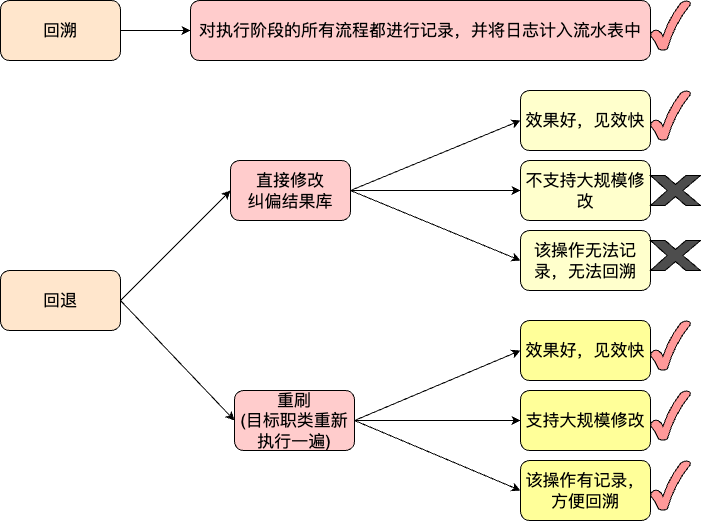
The draw.io diagram work-draw-file/纠偏之回溯与回滚.png in liujunao/draw-data, before a commit. Source tidied: cells renumbered, new cells last; positions are measured from the earlier drawing's top-left corner, leaving out a move shared by most shapes.
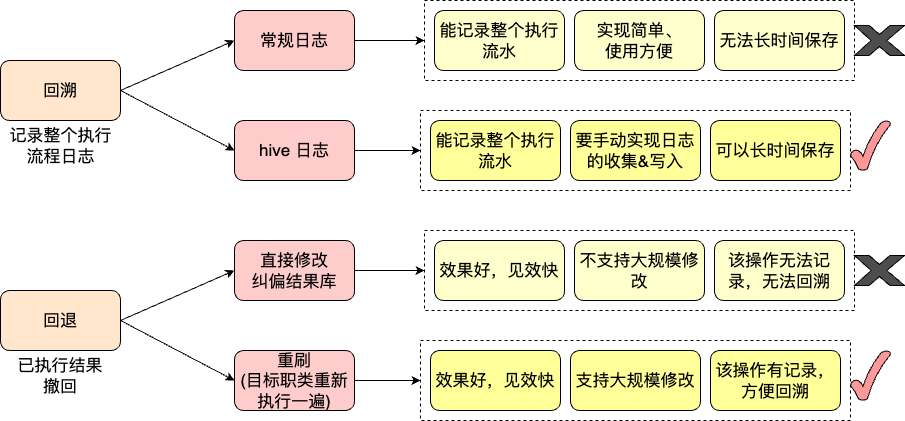
After the change.

Commit message:
更新纠偏之回溯与回滚.png

Change to the diagram source:
```diff
@@ -2,6 +2,12 @@
   <root>
     <mxCell id="0" />
     <mxCell id="1" parent="0" />
+    <mxCell id="29" style="rounded=0;whiteSpace=wrap;html=1;dashed=1;" parent="1" vertex="1">
+      <mxGeometry x="420" y="350" width="430" height="80" as="geometry" />
+    </mxCell>
+    <mxCell id="30" style="rounded=0;whiteSpace=wrap;html=1;dashed=1;" parent="1" vertex="1">
+      <mxGeometry x="424" y="240" width="430" height="80" as="geometry" />
+    </mxCell>
     <mxCell id="2" style="rounded=0;jettySize=auto;html=1;exitX=1;exitY=0.5;exitDx=0;exitDy=0;entryX=0;entryY=0.5;entryDx=0;entryDy=0;" parent="1" edge="1" source="4" target="8">
       <mxGeometry relative="1" as="geometry" />
     </mxCell>
@@ -9,79 +15,100 @@
       <mxGeometry relative="1" as="geometry" />
     </mxCell>
     <mxCell id="4" value="&lt;font style=&quot;font-size: 17px;&quot;&gt;回退&lt;/font&gt;" style="rounded=1;whiteSpace=wrap;html=1;fillColor=#FFE6CC;" parent="1" vertex="1">
-      <mxGeometry y="270" width="120" height="60" as="geometry" />
+      <mxGeometry y="300" width="120" height="60" as="geometry" />
     </mxCell>
-    <mxCell id="5" style="rounded=0;jettySize=auto;html=1;exitX=1;exitY=0.5;exitDx=0;exitDy=0;entryX=0;entryY=0.5;entryDx=0;entryDy=0;" parent="1" edge="1" source="8" target="9">
-      <mxGeometry relative="1" as="geometry" />
-    </mxCell>
-    <mxCell id="6" style="edgeStyle=orthogonalEdgeStyle;rounded=0;jettySize=auto;html=1;exitX=1;exitY=0.5;exitDx=0;exitDy=0;entryX=0;entryY=0.5;entryDx=0;entryDy=0;" parent="1" edge="1" source="8" target="10">
-      <mxGeometry relative="1" as="geometry" />
-    </mxCell>
-    <mxCell id="7" style="rounded=0;jettySize=auto;html=1;exitX=1;exitY=0.5;exitDx=0;exitDy=0;entryX=0;entryY=0.5;entryDx=0;entryDy=0;" parent="1" edge="1" source="8" target="11">
-      <mxGeometry relative="1" as="geometry" />
-    </mxCell>
+    <mxCell id="31" style="edgeStyle=orthogonalEdgeStyle;rounded=0;jettySize=auto;html=1;exitX=1;exitY=0.5;exitDx=0;exitDy=0;" parent="1" edge="1" source="8" target="30">
+      <mxGeometry relative="1" as="geometry" />
+    </mxCell>
     <mxCell id="8" value="&lt;font style=&quot;font-size: 17px;&quot;&gt;直接修改&lt;br&gt;纠偏结果库&lt;/font&gt;" style="rounded=1;whiteSpace=wrap;html=1;fillColor=#FFCCCC;" parent="1" vertex="1">
-      <mxGeometry x="230" y="160" width="120" height="60" as="geometry" />
+      <mxGeometry x="234" y="250" width="120" height="60" as="geometry" />
     </mxCell>
     <mxCell id="9" value="&lt;font style=&quot;font-size: 17px;&quot;&gt;效果好，见效快&lt;/font&gt;" style="rounded=1;whiteSpace=wrap;html=1;fillColor=#FFFFCC;" parent="1" vertex="1">
-      <mxGeometry x="520" y="90" width="130" height="60" as="geometry" />
+      <mxGeometry x="434" y="250" width="130" height="60" as="geometry" />
     </mxCell>
     <mxCell id="10" value="&lt;font style=&quot;font-size: 17px;&quot;&gt;不支持大规模修改&lt;/font&gt;" style="rounded=1;whiteSpace=wrap;html=1;fillColor=#FFFFCC;" parent="1" vertex="1">
-      <mxGeometry x="520" y="160" width="130" height="60" as="geometry" />
+      <mxGeometry x="574" y="250" width="130" height="60" as="geometry" />
     </mxCell>
     <mxCell id="11" value="&lt;font style=&quot;font-size: 17px;&quot;&gt;该操作无法记录，无法回溯&lt;/font&gt;" style="rounded=1;whiteSpace=wrap;html=1;fillColor=#FFFFCC;" parent="1" vertex="1">
-      <mxGeometry x="520" y="230" width="130" height="60" as="geometry" />
+      <mxGeometry x="714" y="250" width="130" height="60" as="geometry" />
     </mxCell>
-    <mxCell id="12" style="rounded=0;jettySize=auto;html=1;exitX=1;exitY=0.5;exitDx=0;exitDy=0;entryX=0;entryY=0.5;entryDx=0;entryDy=0;" parent="1" edge="1" source="15" target="16">
-      <mxGeometry relative="1" as="geometry" />
-    </mxCell>
-    <mxCell id="13" style="edgeStyle=orthogonalEdgeStyle;rounded=0;jettySize=auto;html=1;exitX=1;exitY=0.5;exitDx=0;exitDy=0;entryX=0;entryY=0.5;entryDx=0;entryDy=0;" parent="1" edge="1" source="15" target="17">
-      <mxGeometry relative="1" as="geometry" />
-    </mxCell>
-    <mxCell id="14" style="rounded=0;jettySize=auto;html=1;exitX=1;exitY=0.5;exitDx=0;exitDy=0;entryX=0;entryY=0.5;entryDx=0;entryDy=0;" parent="1" edge="1" source="15" target="18">
-      <mxGeometry relative="1" as="geometry" />
-    </mxCell>
+    <mxCell id="32" style="edgeStyle=orthogonalEdgeStyle;rounded=0;jettySize=auto;html=1;exitX=1;exitY=0.5;exitDx=0;exitDy=0;entryX=0;entryY=0.5;entryDx=0;entryDy=0;" parent="1" edge="1" source="15" target="29">
+      <mxGeometry relative="1" as="geometry" />
+    </mxCell>
     <mxCell id="15" value="&lt;font style=&quot;font-size: 17px;&quot;&gt;重刷&lt;br&gt;(目标职类重新执行一遍)&lt;/font&gt;" style="rounded=1;whiteSpace=wrap;html=1;fillColor=#FFCCCC;" parent="1" vertex="1">
-      <mxGeometry x="234" y="390" width="120" height="60" as="geometry" />
+      <mxGeometry x="234" y="360" width="120" height="60" as="geometry" />
     </mxCell>
     <mxCell id="16" value="&lt;font style=&quot;font-size: 17px;&quot;&gt;效果好，见效快&lt;/font&gt;" style="rounded=1;whiteSpace=wrap;html=1;fillColor=#FFFF99;" parent="1" vertex="1">
-      <mxGeometry x="520" y="320" width="130" height="60" as="geometry" />
+      <mxGeometry x="430" y="360" width="130" height="60" as="geometry" />
     </mxCell>
     <mxCell id="17" value="&lt;font style=&quot;font-size: 17px;&quot;&gt;支持大规模修改&lt;/font&gt;" style="rounded=1;whiteSpace=wrap;html=1;fillColor=#FFFF99;" parent="1" vertex="1">
-      <mxGeometry x="520" y="390" width="130" height="60" as="geometry" />
+      <mxGeometry x="570" y="360" width="130" height="60" as="geometry" />
     </mxCell>
     <mxCell id="18" value="&lt;font style=&quot;font-size: 17px;&quot;&gt;该操作有记录，方便回溯&lt;/font&gt;" style="rounded=1;whiteSpace=wrap;html=1;fillColor=#FFFF99;" parent="1" vertex="1">
-      <mxGeometry x="520" y="460" width="130" height="60" as="geometry" />
+      <mxGeometry x="710" y="360" width="130" height="60" as="geometry" />
     </mxCell>
-    <mxCell id="19" style="verticalLabelPosition=bottom;verticalAlign=top;html=1;shape=mxgraph.basic.tick;fillColor=#FF9999;" parent="1" vertex="1">
-      <mxGeometry x="650" y="90" width="40" height="50" as="geometry" />
-    </mxCell>
-    <mxCell id="20" style="verticalLabelPosition=bottom;verticalAlign=top;html=1;shape=mxgraph.basic.tick;fillColor=#FF9999;" parent="1" vertex="1">
-      <mxGeometry x="650" y="320" width="40" height="50" as="geometry" />
-    </mxCell>
-    <mxCell id="21" style="verticalLabelPosition=bottom;verticalAlign=top;html=1;shape=mxgraph.basic.tick;fillColor=#FF9999;" parent="1" vertex="1">
-      <mxGeometry x="650" y="390" width="40" height="50" as="geometry" />
-    </mxCell>
-    <mxCell id="22" style="verticalLabelPosition=bottom;verticalAlign=top;html=1;shape=mxgraph.basic.tick;fillColor=#FF9999;" parent="1" vertex="1">
-      <mxGeometry x="650" y="460" width="40" height="50" as="geometry" />
-    </mxCell>
-    <mxCell id="23" style="verticalLabelPosition=bottom;verticalAlign=top;html=1;shape=mxgraph.basic.x;fillColor=#4D4D4D;" parent="1" vertex="1">
-      <mxGeometry x="650" y="175" width="50" height="30" as="geometry" />
-    </mxCell>
     <mxCell id="24" style="verticalLabelPosition=bottom;verticalAlign=top;html=1;shape=mxgraph.basic.x;fillColor=#4D4D4D;" parent="1" vertex="1">
-      <mxGeometry x="650" y="240" width="50" height="30" as="geometry" />
+      <mxGeometry x="854" y="265" width="50" height="30" as="geometry" />
     </mxCell>
-    <mxCell id="25" value="&lt;font style=&quot;font-size: 17px;&quot;&gt;对执行阶段的所有流程都进行记录，并将日志计入流水表中&lt;/font&gt;" style="rounded=1;whiteSpace=wrap;html=1;fillColor=#FFCCCC;" parent="1" vertex="1">
-      <mxGeometry x="190" width="460" height="60" as="geometry" />
-    </mxCell>
-    <mxCell id="26" style="edgeStyle=orthogonalEdgeStyle;rounded=0;jettySize=auto;html=1;exitX=1;exitY=0.5;exitDx=0;exitDy=0;entryX=0;entryY=0.5;entryDx=0;entryDy=0;" parent="1" edge="1" source="27" target="25">
-      <mxGeometry relative="1" as="geometry" />
-    </mxCell>
+    <mxCell id="33" style="rounded=0;jettySize=auto;html=1;exitX=1;exitY=0.5;exitDx=0;exitDy=0;entryX=0;entryY=0.5;entryDx=0;entryDy=0;" parent="1" edge="1" source="27" target="38">
+      <mxGeometry relative="1" as="geometry" />
+    </mxCell>
+    <mxCell id="34" style="rounded=0;jettySize=auto;html=1;exitX=1;exitY=0.5;exitDx=0;exitDy=0;entryX=0;entryY=0.5;entryDx=0;entryDy=0;" parent="1" edge="1" source="27" target="40">
+      <mxGeometry relative="1" as="geometry" />
+    </mxCell>
     <mxCell id="27" value="&lt;font style=&quot;font-size: 17px;&quot;&gt;回溯&lt;/font&gt;" style="rounded=1;whiteSpace=wrap;html=1;fillColor=#FFE6CC;" parent="1" vertex="1">
-      <mxGeometry width="120" height="60" as="geometry" />
+      <mxGeometry y="70" width="120" height="60" as="geometry" />
     </mxCell>
     <mxCell id="28" style="verticalLabelPosition=bottom;verticalAlign=top;html=1;shape=mxgraph.basic.tick;fillColor=#FF9999;" parent="1" vertex="1">
-      <mxGeometry x="650" width="40" height="50" as="geometry" />
+      <mxGeometry x="850" y="360" width="40" height="50" as="geometry" />
     </mxCell>
+    <mxCell id="35" value="&lt;font style=&quot;font-size: 17px;&quot;&gt;已执行结果撤回&lt;/font&gt;" style="text;html=1;strokeColor=none;fillColor=none;align=center;verticalAlign=middle;whiteSpace=wrap;rounded=0;" parent="1" vertex="1">
+      <mxGeometry x="15" y="360" width="90" height="50" as="geometry" />
+    </mxCell>
+    <mxCell id="36" value="&lt;span style=&quot;font-size: 17px;&quot;&gt;记录整个执行流程日志&lt;/span&gt;" style="text;html=1;strokeColor=none;fillColor=none;align=center;verticalAlign=middle;whiteSpace=wrap;rounded=0;" parent="1" vertex="1">
+      <mxGeometry x="7.5" y="130" width="105" height="50" as="geometry" />
+    </mxCell>
+    <mxCell id="37" style="edgeStyle=orthogonalEdgeStyle;rounded=0;jettySize=auto;html=1;exitX=1;exitY=0.5;exitDx=0;exitDy=0;entryX=0;entryY=0.5;entryDx=0;entryDy=0;" parent="1" edge="1" source="38" target="41">
+      <mxGeometry relative="1" as="geometry" />
+    </mxCell>
+    <mxCell id="38" value="&lt;span style=&quot;font-size: 17px;&quot;&gt;常规日志&lt;/span&gt;" style="rounded=1;whiteSpace=wrap;html=1;fillColor=#FFCCCC;" parent="1" vertex="1">
+      <mxGeometry x="234" y="20" width="120" height="60" as="geometry" />
+    </mxCell>
+    <mxCell id="39" style="edgeStyle=orthogonalEdgeStyle;rounded=0;jettySize=auto;html=1;exitX=1;exitY=0.5;exitDx=0;exitDy=0;entryX=0;entryY=0.5;entryDx=0;entryDy=0;" parent="1" edge="1" source="40" target="46">
+      <mxGeometry relative="1" as="geometry" />
+    </mxCell>
+    <mxCell id="40" value="&lt;span style=&quot;font-size: 17px;&quot;&gt;hive 日志&lt;/span&gt;" style="rounded=1;whiteSpace=wrap;html=1;fillColor=#FFCCCC;" parent="1" vertex="1">
+      <mxGeometry x="234" y="130" width="120" height="60" as="geometry" />
+    </mxCell>
+    <mxCell id="41" style="rounded=0;whiteSpace=wrap;html=1;dashed=1;" parent="1" vertex="1">
+      <mxGeometry x="424" y="10" width="430" height="80" as="geometry" />
+    </mxCell>
+    <mxCell id="42" value="&lt;font style=&quot;font-size: 17px;&quot;&gt;能记录整个执行流水&lt;/font&gt;" style="rounded=1;whiteSpace=wrap;html=1;fillColor=#FFFFCC;" parent="1" vertex="1">
+      <mxGeometry x="434" y="20" width="130" height="60" as="geometry" />
+    </mxCell>
+    <mxCell id="43" value="&lt;span style=&quot;font-size: 17px;&quot;&gt;实现简单、&lt;br&gt;使用方便&lt;/span&gt;" style="rounded=1;whiteSpace=wrap;html=1;fillColor=#FFFFCC;" parent="1" vertex="1">
+      <mxGeometry x="574" y="20" width="130" height="60" as="geometry" />
+    </mxCell>
+    <mxCell id="44" value="&lt;font style=&quot;font-size: 17px;&quot;&gt;无法长时间保存&lt;/font&gt;" style="rounded=1;whiteSpace=wrap;html=1;fillColor=#FFFFCC;" parent="1" vertex="1">
+      <mxGeometry x="714" y="20" width="130" height="60" as="geometry" />
+    </mxCell>
+    <mxCell id="45" style="verticalLabelPosition=bottom;verticalAlign=top;html=1;shape=mxgraph.basic.x;fillColor=#4D4D4D;" parent="1" vertex="1">
+      <mxGeometry x="854" y="35" width="50" height="30" as="geometry" />
+    </mxCell>
+    <mxCell id="46" style="rounded=0;whiteSpace=wrap;html=1;dashed=1;" parent="1" vertex="1">
+      <mxGeometry x="420" y="120" width="430" height="80" as="geometry" />
+    </mxCell>
+    <mxCell id="47" value="&lt;font style=&quot;font-size: 17px;&quot;&gt;能记录整个执行流水&lt;/font&gt;" style="rounded=1;whiteSpace=wrap;html=1;fillColor=#FFFF99;" parent="1" vertex="1">
+      <mxGeometry x="430" y="130" width="130" height="60" as="geometry" />
+    </mxCell>
+    <mxCell id="48" value="&lt;span style=&quot;font-size: 17px;&quot;&gt;要手动实现日志的收集&amp;amp;写入&lt;/span&gt;" style="rounded=1;whiteSpace=wrap;html=1;fillColor=#FFFF99;" parent="1" vertex="1">
+      <mxGeometry x="570" y="130" width="130" height="60" as="geometry" />
+    </mxCell>
+    <mxCell id="49" value="&lt;font style=&quot;font-size: 17px;&quot;&gt;可以长时间保存&lt;/font&gt;" style="rounded=1;whiteSpace=wrap;html=1;fillColor=#FFFF99;" parent="1" vertex="1">
+      <mxGeometry x="710" y="130" width="130" height="60" as="geometry" />
+    </mxCell>
+    <mxCell id="50" style="verticalLabelPosition=bottom;verticalAlign=top;html=1;shape=mxgraph.basic.tick;fillColor=#FF9999;" parent="1" vertex="1">
+      <mxGeometry x="850" y="130" width="40" height="50" as="geometry" />
+    </mxCell>
   </root>
 </mxGraphModel>
```
